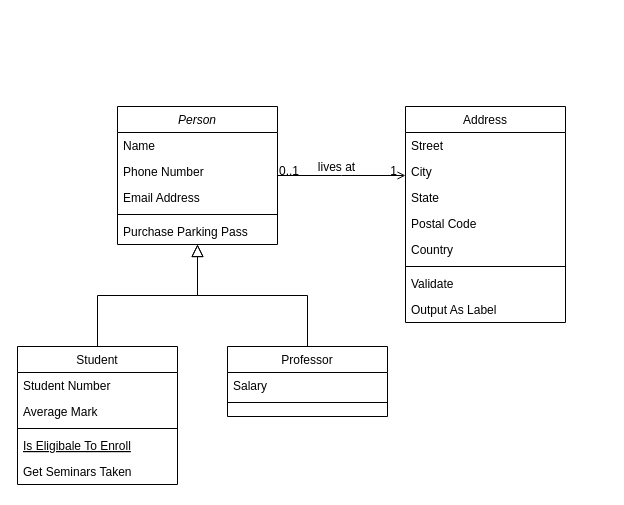
Earlier version of the draw.io diagram Untitled Diagram.drawio (wpotrzebowski/GHactions). Source tidied: cells renumbered, new cells numbered last; positions are measured from the earlier drawing's top-left corner, leaving out a move shared by most shapes. Both pictures are drawn from the tidied source at 100%, with x=0, y=0 at pixel (17, 106).
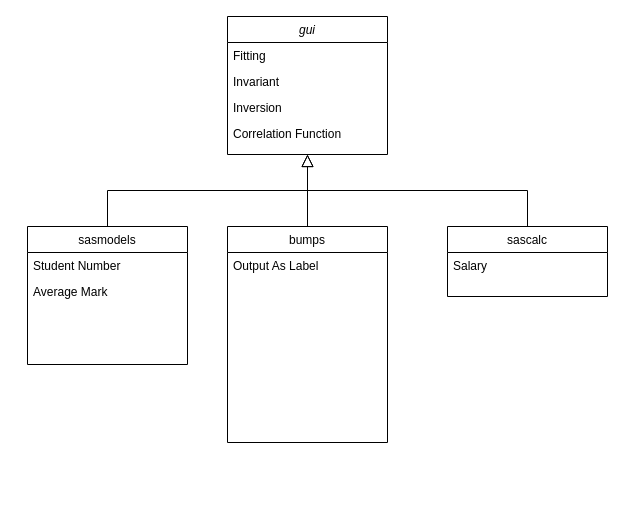
The same diagram, later.

Change to the diagram source:
```diff
@@
+    <mxCell id="14" style="endArrow=block;endSize=10;endFill=0;shadow=0;strokeWidth=1;rounded=0;edgeStyle=elbowEdgeStyle;elbow=vertical;" parent="1" edge="1" source="8" target="2">
+      <mxGeometry relative="1" as="geometry" />
+    </mxCell>
+    <mxCell id="18" style="endArrow=block;endSize=10;endFill=0;shadow=0;strokeWidth=1;rounded=0;edgeStyle=elbowEdgeStyle;elbow=vertical;" parent="1" edge="1" source="15" target="2">
+      <mxGeometry relative="1" as="geometry" />
+    </mxCell>
-    <mxCell id="2" value="Person" style="swimlane;fontStyle=2;align=center;verticalAlign=top;horizontal=1;startSize=26;rounded=0;shadow=0;strokeWidth=1;" parent="1" vertex="1">
-      <mxGeometry x="100" width="160" height="138" as="geometry" />
+    <mxCell id="2" value="gui" style="swimlane;fontStyle=2;align=center;verticalAlign=top;horizontal=1;startSize=26;rounded=0;shadow=0;strokeWidth=1;" parent="1" vertex="1">
+      <mxGeometry x="210" y="-90" width="160" height="138" as="geometry" />
     </mxCell>
-    <mxCell id="3" value="Name" style="text;align=left;verticalAlign=top;spacingLeft=4;spacingRight=4;overflow=hidden;" parent="2" vertex="1">
+    <mxCell id="3" value="Fitting" style="text;align=left;verticalAlign=top;spacingLeft=4;spacingRight=4;overflow=hidden;" parent="2" vertex="1">
       <mxGeometry y="26" width="160" height="26" as="geometry" />
     </mxCell>
-    <mxCell id="4" value="Phone Number" style="text;align=left;verticalAlign=top;spacingLeft=4;spacingRight=4;overflow=hidden;rounded=0;shadow=0;html=0;" parent="2" vertex="1">
+    <mxCell id="4" value="Invariant " style="text;align=left;verticalAlign=top;spacingLeft=4;spacingRight=4;overflow=hidden;rounded=0;shadow=0;html=0;" parent="2" vertex="1">
       <mxGeometry y="52" width="160" height="26" as="geometry" />
     </mxCell>
-    <mxCell id="5" value="Email Address" style="text;align=left;verticalAlign=top;spacingLeft=4;spacingRight=4;overflow=hidden;rounded=0;shadow=0;html=0;" parent="2" vertex="1">
+    <mxCell id="5" value="Inversion" style="text;align=left;verticalAlign=top;spacingLeft=4;spacingRight=4;overflow=hidden;rounded=0;shadow=0;html=0;" parent="2" vertex="1">
       <mxGeometry y="78" width="160" height="26" as="geometry" />
     </mxCell>
-    <mxCell id="6" style="line;html=1;strokeWidth=1;align=left;verticalAlign=middle;spacingTop=-1;spacingLeft=3;spacingRight=3;labelPosition=right;" parent="2" vertex="1">
-      <mxGeometry y="104" width="160" height="8" as="geometry" />
-    </mxCell>
-    <mxCell id="7" value="Purchase Parking Pass" style="text;align=left;verticalAlign=top;spacingLeft=4;spacingRight=4;overflow=hidden;" parent="2" vertex="1">
-      <mxGeometry y="112" width="160" height="26" as="geometry" />
-    </mxCell>
+    <mxCell id="32" value="Correlation Function" style="text;align=left;verticalAlign=top;spacingLeft=4;spacingRight=4;overflow=hidden;rounded=0;shadow=0;html=0;" parent="2" vertex="1">
+      <mxGeometry y="104" width="160" height="26" as="geometry" />
+    </mxCell>
+    <mxCell id="15" value="sascalc" style="swimlane;fontStyle=0;align=center;verticalAlign=top;horizontal=1;startSize=26;rounded=0;shadow=0;strokeWidth=1;" parent="1" vertex="1">
+      <mxGeometry x="430" y="120" width="160" height="70" as="geometry" />
+    </mxCell>
+    <mxCell id="16" value="Salary" style="text;align=left;verticalAlign=top;spacingLeft=4;spacingRight=4;overflow=hidden;" parent="15" vertex="1">
+      <mxGeometry y="26" width="160" height="26" as="geometry" />
+    </mxCell>
-    <mxCell id="8" value="Student" style="swimlane;fontStyle=0;align=center;verticalAlign=top;horizontal=1;startSize=26;rounded=0;shadow=0;strokeWidth=1;" parent="1" vertex="1">
-      <mxGeometry y="240" width="160" height="138" as="geometry" />
+    <mxCell id="8" value="sasmodels" style="swimlane;fontStyle=0;align=center;verticalAlign=top;horizontal=1;startSize=26;rounded=0;shadow=0;strokeWidth=1;" parent="1" vertex="1">
+      <mxGeometry x="10" y="120" width="160" height="138" as="geometry" />
     </mxCell>
@@
-    <mxCell id="11" style="line;html=1;strokeWidth=1;align=left;verticalAlign=middle;spacingTop=-1;spacingLeft=3;spacingRight=3;labelPosition=right;" parent="8" vertex="1">
-      <mxGeometry y="78" width="160" height="8" as="geometry" />
-    </mxCell>
-    <mxCell id="12" value="Is Eligibale To Enroll" style="text;align=left;verticalAlign=top;spacingLeft=4;spacingRight=4;overflow=hidden;fontStyle=4;" parent="8" vertex="1">
-      <mxGeometry y="86" width="160" height="26" as="geometry" />
-    </mxCell>
-    <mxCell id="13" value="Get Seminars Taken" style="text;align=left;verticalAlign=top;spacingLeft=4;spacingRight=4;overflow=hidden;" parent="8" vertex="1">
-      <mxGeometry y="112" width="160" height="26" as="geometry" />
-    </mxCell>
-    <mxCell id="14" style="endArrow=block;endSize=10;endFill=0;shadow=0;strokeWidth=1;rounded=0;edgeStyle=elbowEdgeStyle;elbow=vertical;" parent="1" edge="1" source="8" target="2">
-      <mxGeometry relative="1" as="geometry" />
-    </mxCell>
-    <mxCell id="15" value="Professor" style="swimlane;fontStyle=0;align=center;verticalAlign=top;horizontal=1;startSize=26;rounded=0;shadow=0;strokeWidth=1;" parent="1" vertex="1">
-      <mxGeometry x="210" y="240" width="160" height="70" as="geometry" />
-    </mxCell>
-    <mxCell id="16" value="Salary" style="text;align=left;verticalAlign=top;spacingLeft=4;spacingRight=4;overflow=hidden;" parent="15" vertex="1">
-      <mxGeometry y="26" width="160" height="26" as="geometry" />
-    </mxCell>
-    <mxCell id="17" style="line;html=1;strokeWidth=1;align=left;verticalAlign=middle;spacingTop=-1;spacingLeft=3;spacingRight=3;labelPosition=right;" parent="15" vertex="1">
-      <mxGeometry y="52" width="160" height="8" as="geometry" />
-    </mxCell>
-    <mxCell id="18" style="endArrow=block;endSize=10;endFill=0;shadow=0;strokeWidth=1;rounded=0;edgeStyle=elbowEdgeStyle;elbow=vertical;" parent="1" edge="1" source="15" target="2">
-      <mxGeometry relative="1" as="geometry" />
-    </mxCell>
-    <mxCell id="19" value="Address" style="swimlane;fontStyle=0;align=center;verticalAlign=top;horizontal=1;startSize=26;rounded=0;shadow=0;strokeWidth=1;" parent="1" vertex="1">
-      <mxGeometry x="388" width="160" height="216" as="geometry" />
+    <mxCell id="19" value="bumps" style="swimlane;fontStyle=0;align=center;verticalAlign=top;horizontal=1;startSize=26;rounded=0;shadow=0;strokeWidth=1;" parent="1" vertex="1">
+      <mxGeometry x="210" y="120" width="160" height="216" as="geometry" />
     </mxCell>
-    <mxCell id="20" value="Street" style="text;align=left;verticalAlign=top;spacingLeft=4;spacingRight=4;overflow=hidden;" parent="19" vertex="1">
-      <mxGeometry y="26" width="160" height="26" as="geometry" />
-    </mxCell>
-    <mxCell id="21" value="City" style="text;align=left;verticalAlign=top;spacingLeft=4;spacingRight=4;overflow=hidden;rounded=0;shadow=0;html=0;" parent="19" vertex="1">
-      <mxGeometry y="52" width="160" height="26" as="geometry" />
-    </mxCell>
-    <mxCell id="22" value="State" style="text;align=left;verticalAlign=top;spacingLeft=4;spacingRight=4;overflow=hidden;rounded=0;shadow=0;html=0;" parent="19" vertex="1">
-      <mxGeometry y="78" width="160" height="26" as="geometry" />
-    </mxCell>
-    <mxCell id="23" value="Postal Code" style="text;align=left;verticalAlign=top;spacingLeft=4;spacingRight=4;overflow=hidden;rounded=0;shadow=0;html=0;" parent="19" vertex="1">
-      <mxGeometry y="104" width="160" height="26" as="geometry" />
-    </mxCell>
-    <mxCell id="24" value="Country" style="text;align=left;verticalAlign=top;spacingLeft=4;spacingRight=4;overflow=hidden;rounded=0;shadow=0;html=0;" parent="19" vertex="1">
-      <mxGeometry y="130" width="160" height="26" as="geometry" />
-    </mxCell>
-    <mxCell id="25" style="line;html=1;strokeWidth=1;align=left;verticalAlign=middle;spacingTop=-1;spacingLeft=3;spacingRight=3;labelPosition=right;" parent="19" vertex="1">
-      <mxGeometry y="156" width="160" height="8" as="geometry" />
-    </mxCell>
-    <mxCell id="26" value="Validate" style="text;align=left;verticalAlign=top;spacingLeft=4;spacingRight=4;overflow=hidden;" parent="19" vertex="1">
-      <mxGeometry y="164" width="160" height="26" as="geometry" />
-    </mxCell>
     <mxCell id="27" value="Output As Label" style="text;align=left;verticalAlign=top;spacingLeft=4;spacingRight=4;overflow=hidden;" parent="19" vertex="1">
-      <mxGeometry y="190" width="160" height="26" as="geometry" />
+      <mxGeometry y="26" width="160" height="26" as="geometry" />
     </mxCell>
-    <mxCell id="28" style="endArrow=open;shadow=0;strokeWidth=1;rounded=0;endFill=1;edgeStyle=elbowEdgeStyle;elbow=vertical;" parent="1" edge="1" source="2" target="19">
-      <mxGeometry x="0.5" y="41" relative="1" as="geometry">
-        <mxPoint x="-40" y="32" as="offset" />
-      </mxGeometry>
-    </mxCell>
-    <mxCell id="29" value="0..1" style="align=left;verticalAlign=bottom;labelBackgroundColor=none;fontSize=12;" parent="28" vertex="1">
-      <mxGeometry x="-1" relative="1" as="geometry">
-        <mxPoint y="4" as="offset" />
-      </mxGeometry>
-    </mxCell>
-    <mxCell id="30" value="1" style="align=right;verticalAlign=bottom;labelBackgroundColor=none;fontSize=12;" parent="28" vertex="1">
-      <mxGeometry x="1" relative="1" as="geometry">
-        <mxPoint x="-7" y="4" as="offset" />
-      </mxGeometry>
-    </mxCell>
-    <mxCell id="31" value="lives at" style="text;html=1;align=center;verticalAlign=middle;labelBackgroundColor=none;rounded=0;shadow=0;strokeWidth=1;fontSize=12;" parent="28" vertex="1">
-      <mxGeometry x="0.5" y="49" relative="1" as="geometry">
-        <mxPoint x="-38" y="40" as="offset" />
-      </mxGeometry>
-    </mxCell>
+    <mxCell id="33" style="endArrow=none;html=1;exitX=0.5;exitY=0;exitDx=0;exitDy=0;" parent="1" edge="1" source="19">
+      <mxGeometry relative="1" as="geometry">
+        <mxPoint x="290" y="80" as="targetPoint" />
+      </mxGeometry>
+    </mxCell>
```
